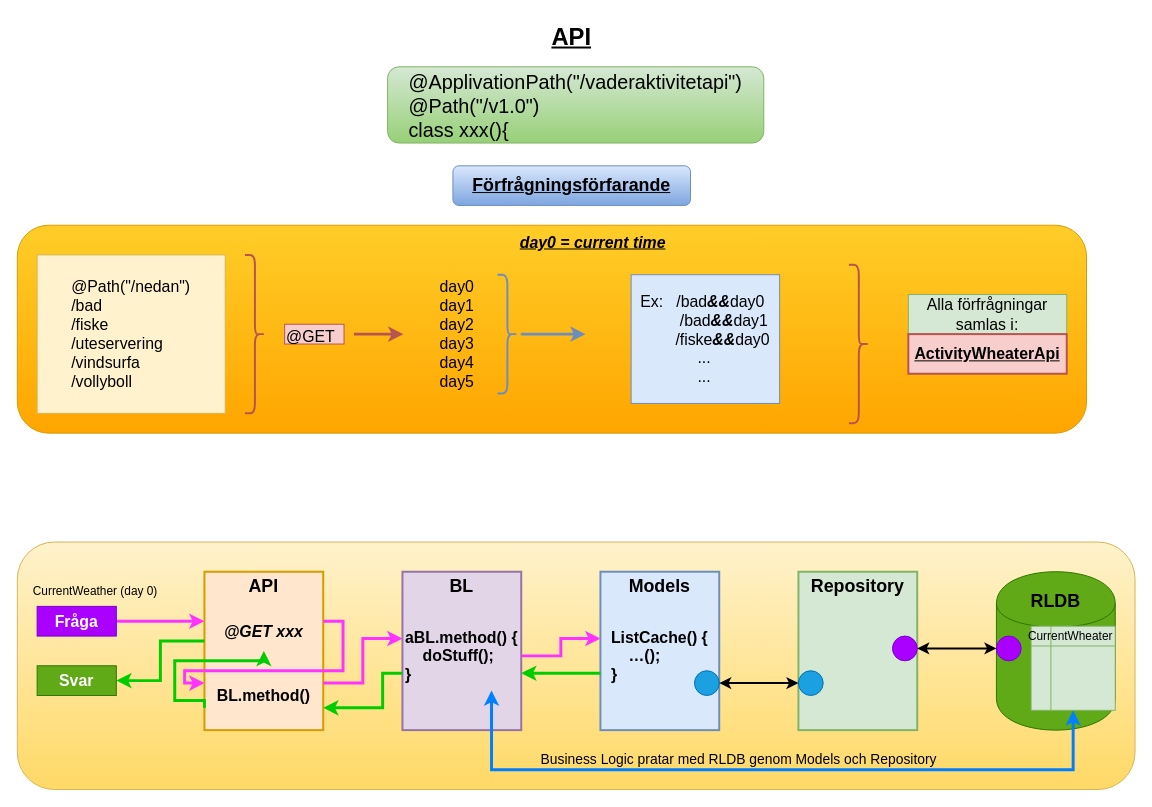
deskavaenkelt/JavaEEuppgift keeps this draw.io diagram as page "API" (2 of 7) of System_översikt.drawio. Above is the earlier version. Source tidied: cells renumbered, new cells numbered last; positions are measured from the earlier drawing's top-left corner, leaving out a move shared by most shapes. Both pictures are drawn from the tidied source at 99%, with x=0, y=0 at pixel (17, 17).
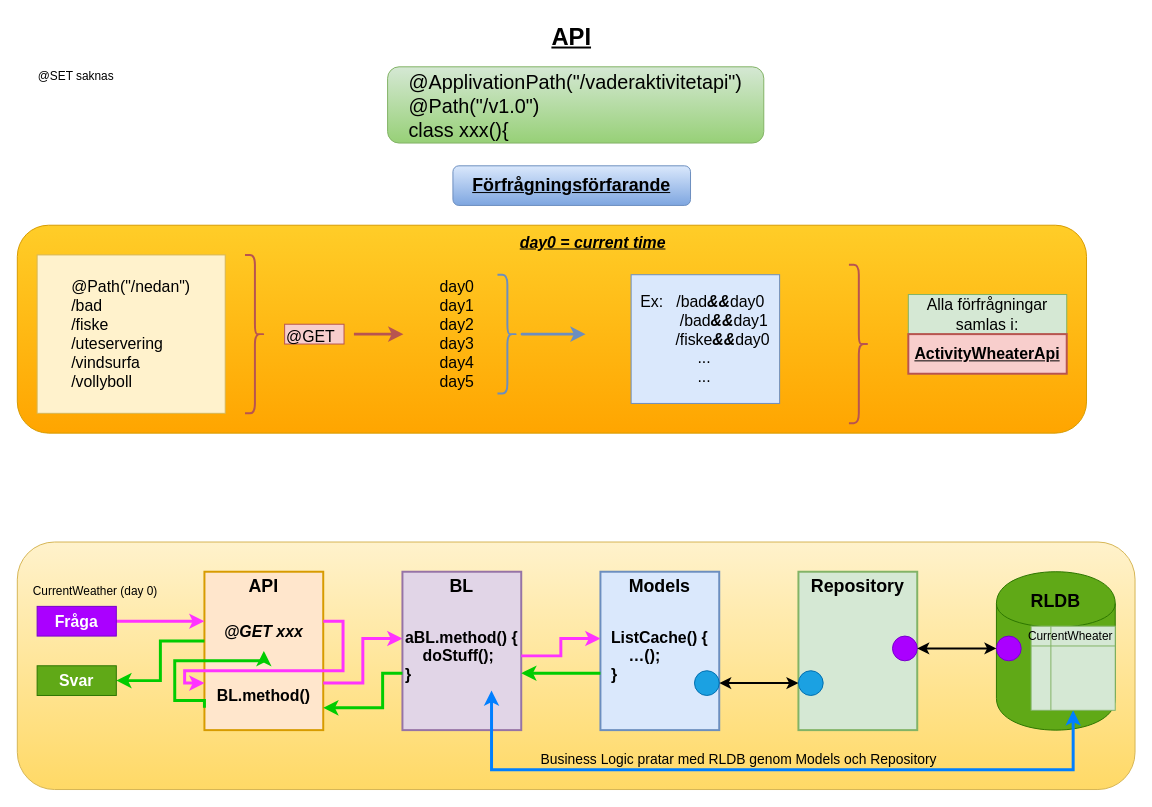
After the change.

Change to the diagram source:
```diff
@@
+    <mxCell id="54" value="@SET saknas" style="text;html=1;strokeColor=none;fillColor=none;align=center;verticalAlign=middle;whiteSpace=wrap;rounded=0;shadow=0;glass=0;comic=0;" parent="1" vertex="1">
+      <mxGeometry x="9" y="50" width="101" height="20" as="geometry" />
+    </mxCell>
```
